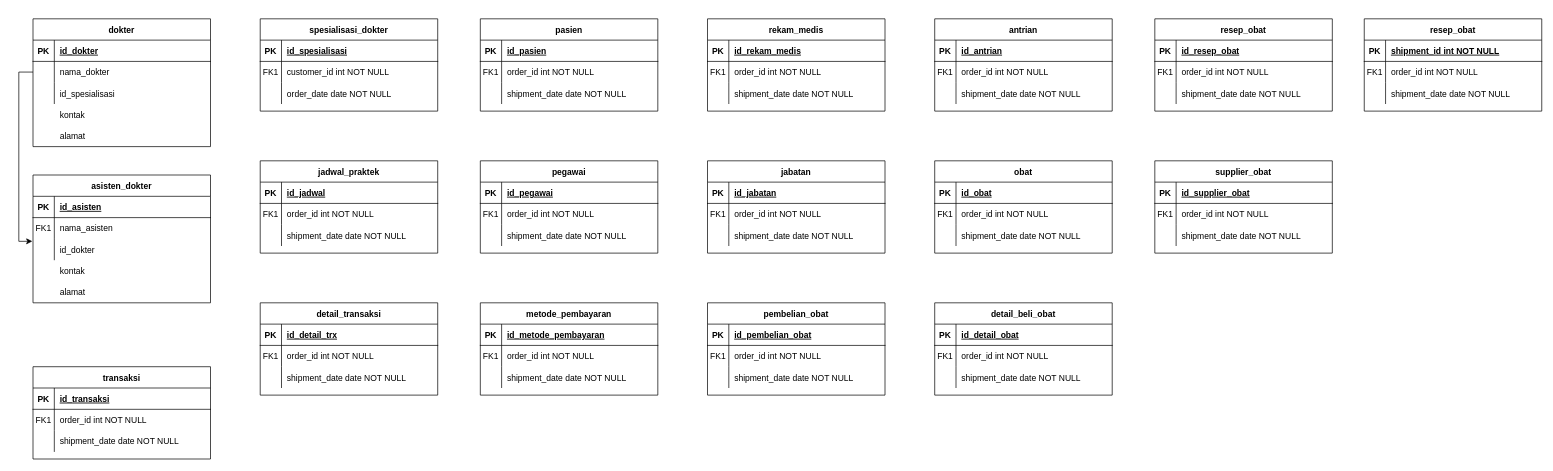
This is PDM_Klinik.drawio from elikawicaksana/BuildIT_BasisData, a draw.io file, before an edit. Source tidied: cells renumbered, new cells numbered last; positions are measured from the earlier drawing's top-left corner, leaving out a move shared by most shapes. Both pictures are drawn from the tidied source at 71%, with x=0, y=0 at pixel (33, 18).
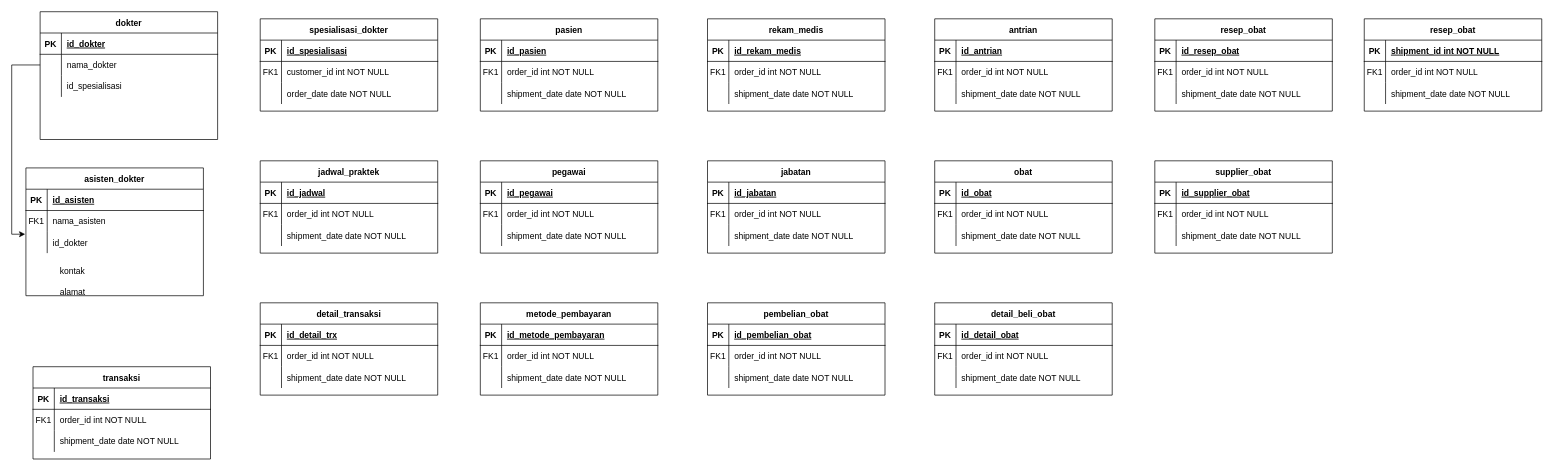
After the change.

Diff of the diagram source:
```diff
@@
     <mxCell id="12" value="asisten_dokter" style="shape=table;startSize=30;childLayout=tableLayout;rowLines=0;fontStyle=1;align=center;" parent="1" vertex="1">
-      <mxGeometry y="220" width="250" height="180" as="geometry" />
+      <mxGeometry x="-10" y="210" width="250" height="180" as="geometry" />
     </mxCell>
@@
     <mxCell id="22" value="dokter" style="shape=table;startSize=30;childLayout=tableLayout;rowLines=0;fontStyle=1;align=center;" parent="1" vertex="1">
-      <mxGeometry width="250" height="180" as="geometry" />
+      <mxGeometry x="10" y="-10" width="250" height="180" as="geometry" />
     </mxCell>
@@
-    <mxCell id="183" value="kontak" style="shape=partialRectangle;overflow=hidden;fillColor=none;top=0;left=0;bottom=0;right=0;align=left;spacingLeft=6;" parent="1" vertex="1">
-      <mxGeometry x="30" y="120" width="220" height="30" as="geometry" />
-    </mxCell>
-    <mxCell id="184" value="alamat" style="shape=partialRectangle;overflow=hidden;fillColor=none;top=0;left=0;bottom=0;right=0;align=left;spacingLeft=6;" parent="1" vertex="1">
-      <mxGeometry x="30" y="150" width="220" height="30" as="geometry" />
-    </mxCell>
```
